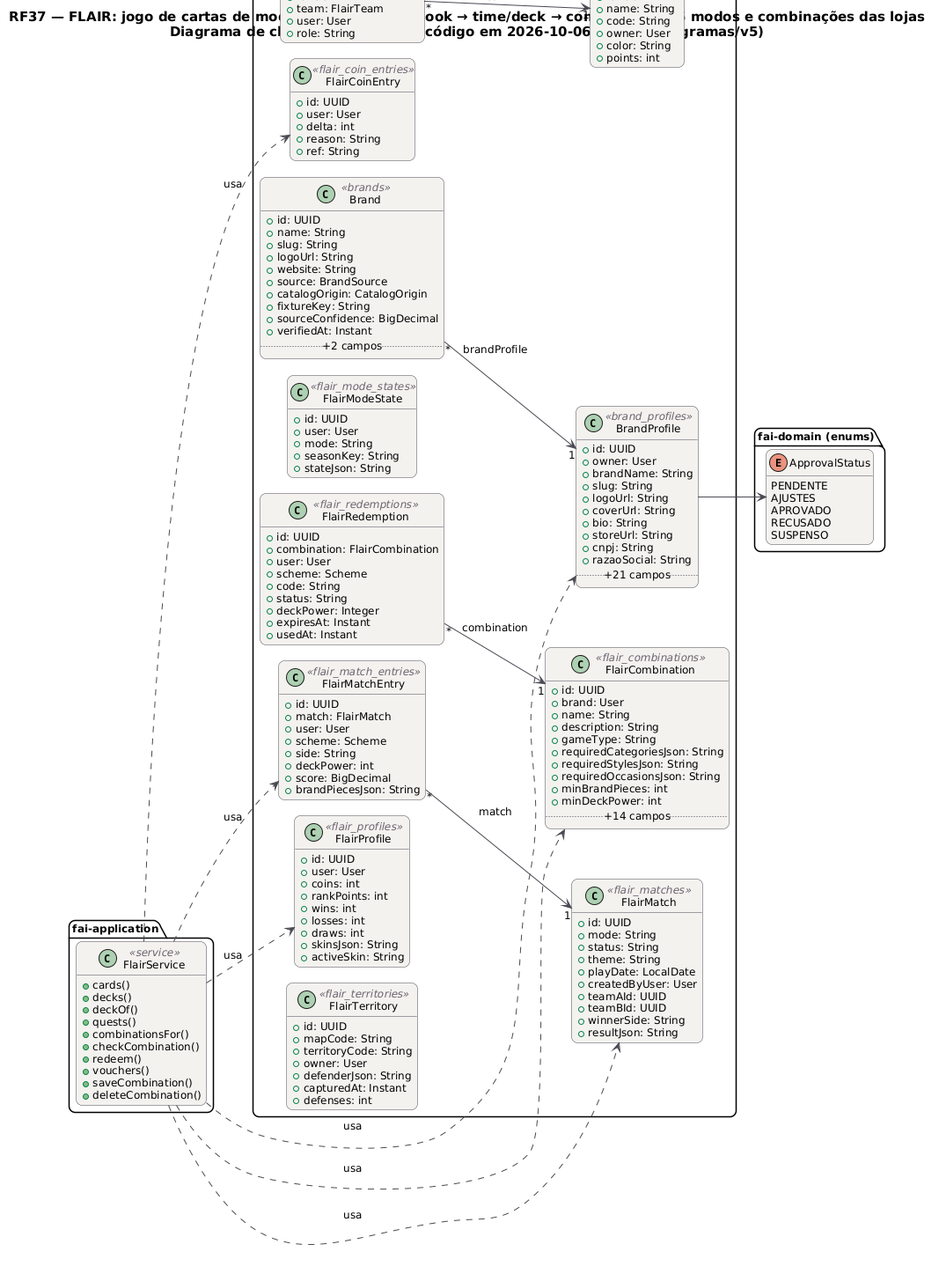
This is docs/diagramas/RF37/RF37_Classes.png from MatheusHaliski/tcc-2026-fashion-ai-backend, a PlantUML export, as it was before one commit.
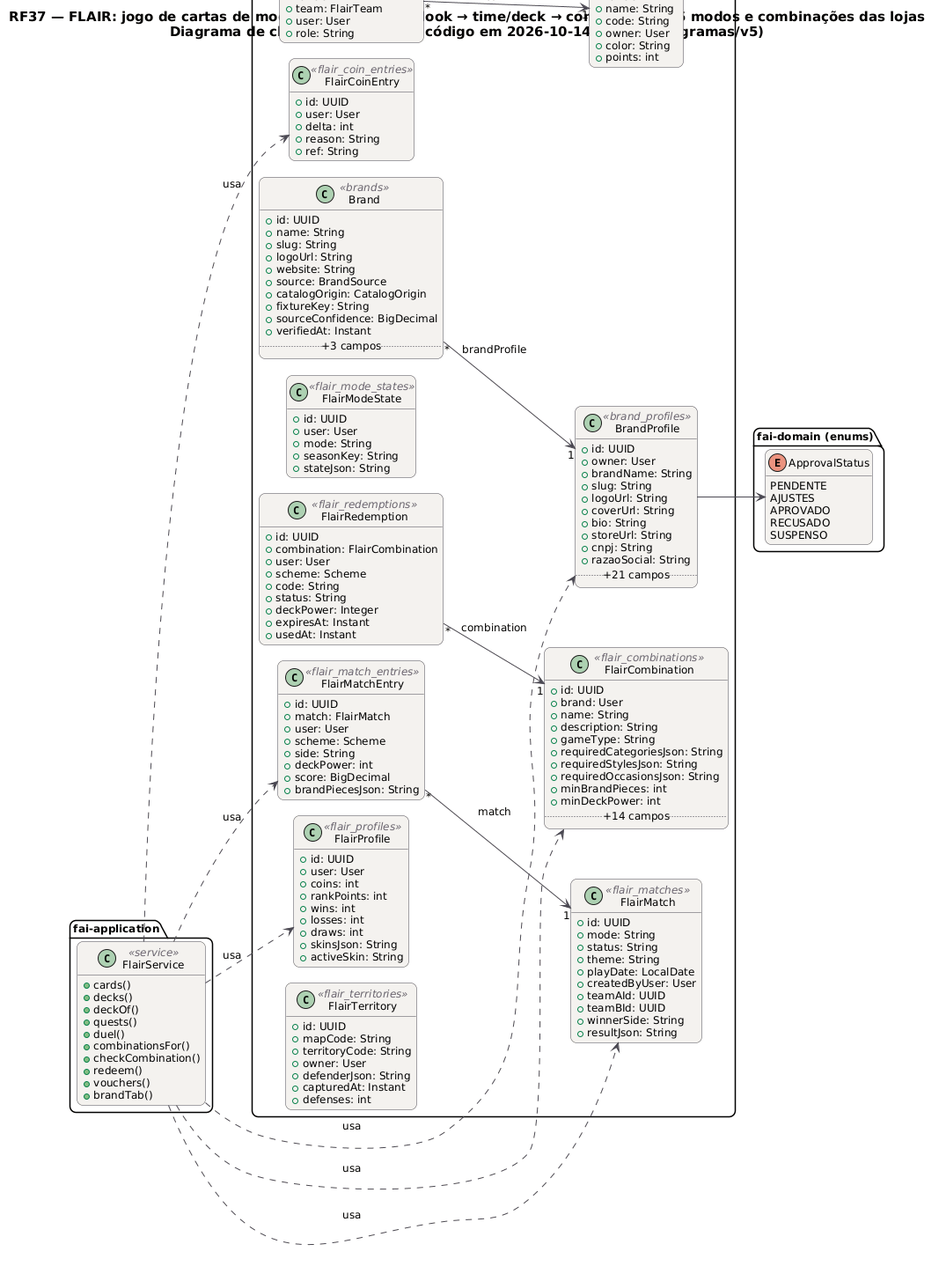
The same diagram one commit later.

Diff of the diagram source:
```diff
@@ -20,7 +20,7 @@
 }
 hide empty members
 left to right direction
-title RF37 — FLAIR: jogo de cartas de moda (peça → carta → look → time/deck → competição), 15 modos e combinações das lojas\nDiagrama de classes — gerado do código em 2026-10-06 (scripts/diagramas/v5)
+title RF37 — FLAIR: jogo de cartas de moda (peça → carta → look → time/deck → competição), 15 modos e combinações das lojas\nDiagrama de classes — gerado do código em 2026-10-14 (scripts/diagramas/v5)
 
 package "fai-domain (entidades JPA)" {
   class Brand <<brands>> {
@@ -34,7 +34,7 @@
     +fixtureKey: String
     +sourceConfidence: BigDecimal
     +verifiedAt: Instant
-    .. +2 campos ..
+    .. +3 campos ..
   }
   class BrandProfile <<brand_profiles>> {
     +id: UUID
@@ -159,12 +159,12 @@
     +decks()
     +deckOf()
     +quests()
+    +duel()
     +combinationsFor()
     +checkCombination()
     +redeem()
     +vouchers()
-    +saveCombination()
-    +deleteCombination()
+    +brandTab()
   }
 }
 FlairService ..> BrandProfile : usa
```
